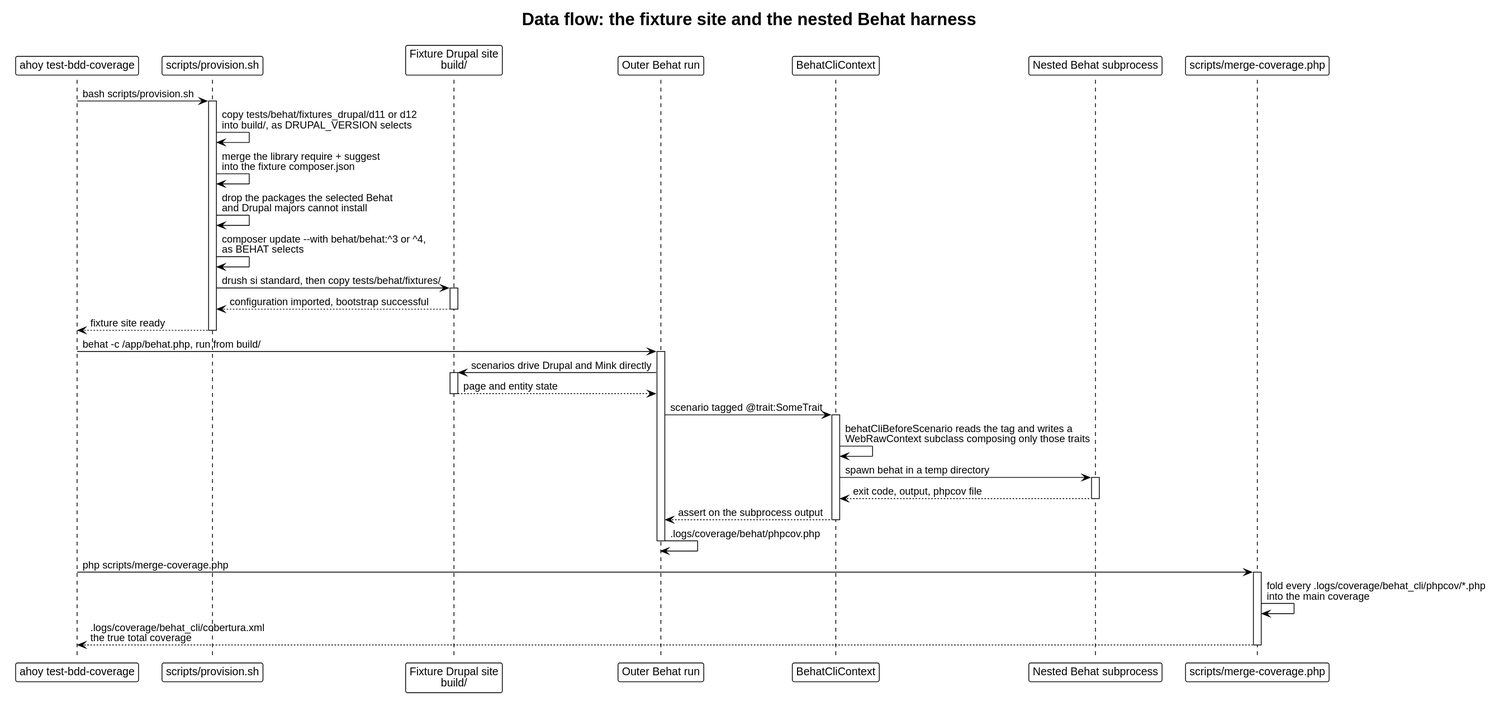
Above: docs/architecture/dataflow-tests.svg in drevops/behat-steps (PlantUML), before the change.
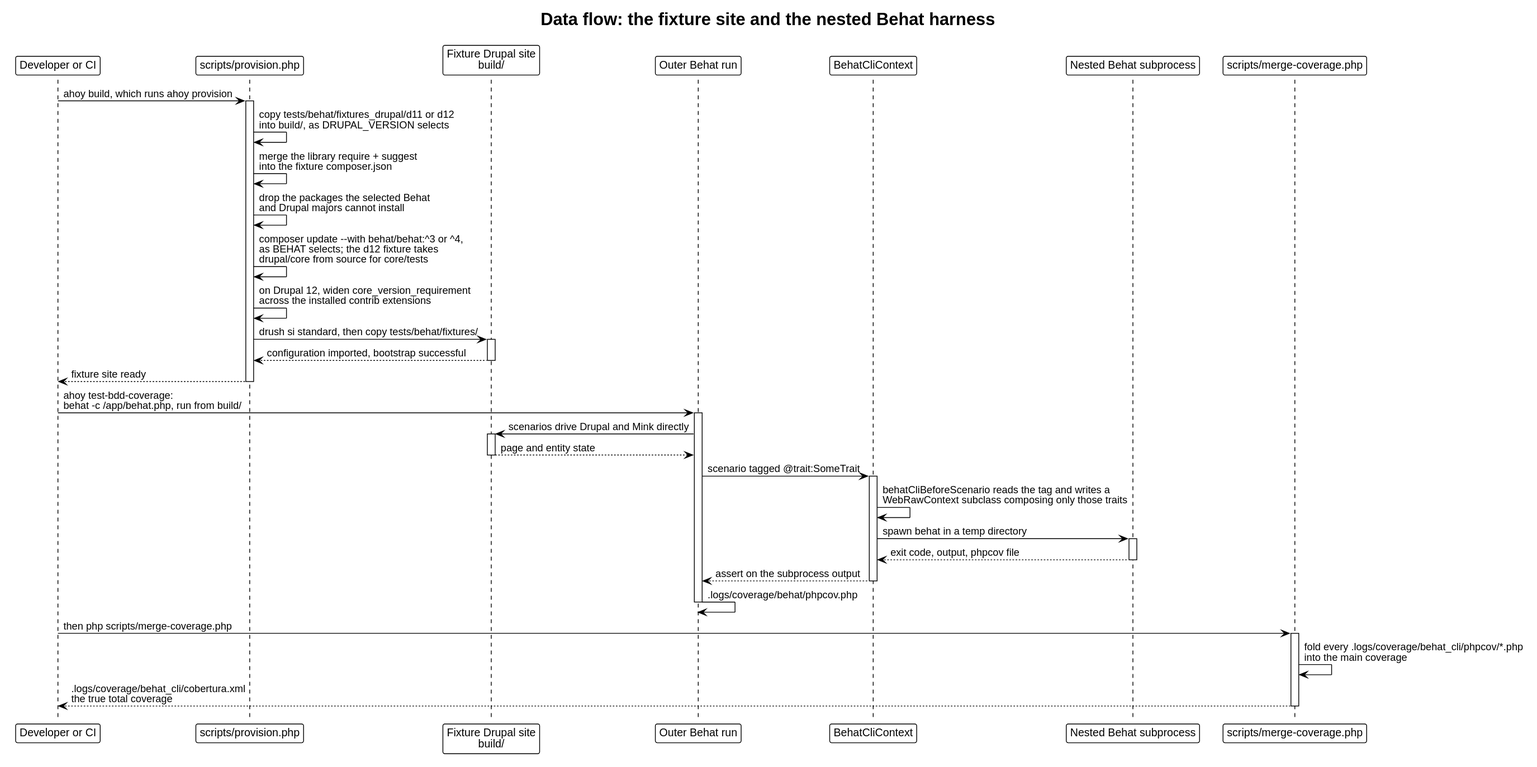
Above is the later version.

The edit, as a diff of the source:
```diff
@@ -5,20 +5,21 @@
 skinparam shadowing false
 title Data flow: the fixture site and the nested Behat harness
 
-participant "ahoy test-bdd-coverage" as Dev
-participant "scripts/provision.sh" as Prov
+participant "Developer or CI" as Dev
+participant "scripts/provision.php" as Prov
 participant "Fixture Drupal site\nbuild/" as Site
 participant "Outer Behat run" as Behat
 participant "BehatCliContext" as Cli
 participant "Nested Behat subprocess" as Sub
 participant "scripts/merge-coverage.php" as Merge
 
-Dev -> Prov: bash scripts/provision.sh
+Dev -> Prov: ahoy build, which runs ahoy provision
 activate Prov
 Prov -> Prov: copy tests/behat/fixtures_drupal/d11 or d12\ninto build/, as DRUPAL_VERSION selects
 Prov -> Prov: merge the library require + suggest\ninto the fixture composer.json
 Prov -> Prov: drop the packages the selected Behat\nand Drupal majors cannot install
-Prov -> Prov: composer update ~--with behat/behat:^3 or ^4,\nas BEHAT selects
+Prov -> Prov: composer update ~--with behat/behat:^3 or ^4,\nas BEHAT selects; the d12 fixture takes\ndrupal/core from source for core/tests
+Prov -> Prov: on Drupal 12, widen core_version_requirement\nacross the installed contrib extensions
 Prov -> Site: drush si standard, then copy tests/behat/fixtures/
 activate Site
 Site --> Prov: configuration imported, bootstrap successful
@@ -26,7 +27,7 @@
 Prov --> Dev: fixture site ready
 deactivate Prov
 
-Dev -> Behat: behat -c /app/behat.php, run from build/
+Dev -> Behat: ahoy test-bdd-coverage:\nbehat -c /app/behat.php, run from build/
 activate Behat
 
 Behat -> Site: scenarios drive Drupal and Mink directly
@@ -47,7 +48,7 @@
 Behat -> Behat: .logs/coverage/behat/phpcov.php
 deactivate Behat
 
-Dev -> Merge: php scripts/merge-coverage.php
+Dev -> Merge: then php scripts/merge-coverage.php
 activate Merge
 Merge -> Merge: fold every .logs/coverage/behat_cli/phpcov/*.php\ninto the main coverage
 Merge --> Dev: .logs/coverage/behat_cli/cobertura.xml\nthe true total coverage
```
